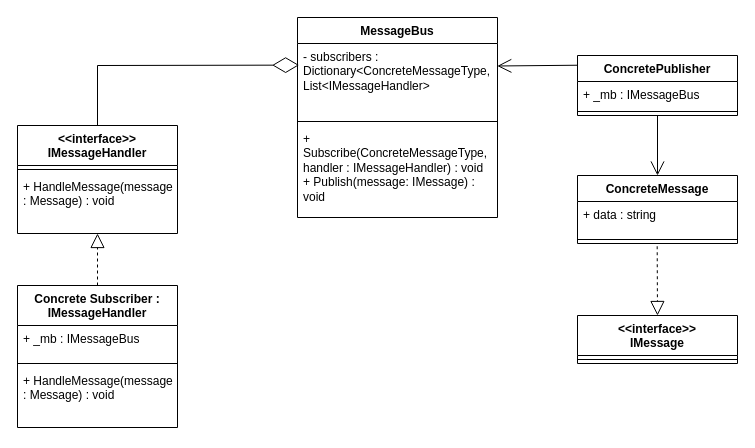
Earlier version of the draw.io diagram message_bus_generic.drawio (peterma-git/SW4SWD-DesignPatternsAssignment-Group16-message-bus-vs-project). Source tidied: cells renumbered, new cells numbered last; positions are measured from the earlier drawing's top-left corner, leaving out a move shared by most shapes. Both pictures are drawn from the tidied source at 100%, with x=0, y=0 at pixel (17, 17).
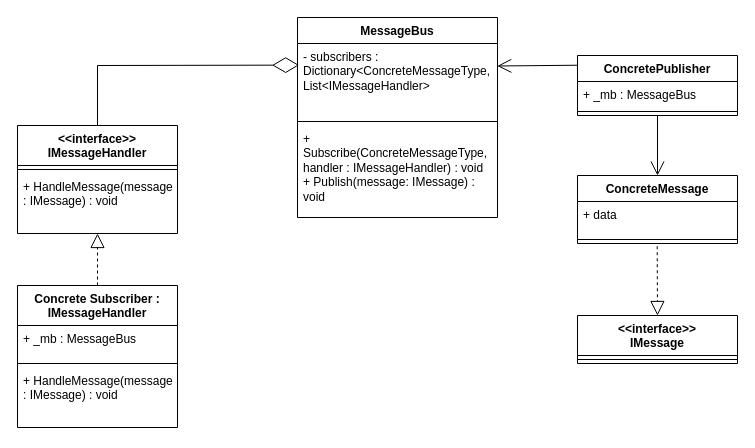
The same diagram, later.

Unchanged cells that the change refers to:
```xml
<mxCell id="6" value="&lt;div&gt;&amp;lt;&amp;lt;interface&amp;gt;&amp;gt;&lt;/div&gt;&lt;div&gt;IMessageHandler&lt;/div&gt;" style="swimlane;fontStyle=1;align=center;verticalAlign=top;horizontal=1;startSize=40;whiteSpace=wrap;html=1;" parent="1" vertex="1">
  <mxGeometry y="108" width="160" height="108" as="geometry" />
</mxCell>
<mxCell id="9" value="ConcreteMessage" style="swimlane;fontStyle=1;align=center;verticalAlign=top;horizontal=1;startSize=26;whiteSpace=wrap;html=1;" parent="1" vertex="1">
  <mxGeometry x="560" y="158" width="160" height="68" as="geometry" />
</mxCell>
<mxCell id="12" value="Concrete Subscriber : IMessageHandler" style="swimlane;fontStyle=1;align=center;verticalAlign=top;horizontal=1;startSize=40;whiteSpace=wrap;html=1;" parent="1" vertex="1">
  <mxGeometry y="268" width="160" height="142" as="geometry" />
</mxCell>
<mxCell id="17" value="ConcretePublisher" style="swimlane;fontStyle=1;align=center;verticalAlign=top;horizontal=1;startSize=26;whiteSpace=wrap;html=1;" parent="1" vertex="1">
  <mxGeometry x="560" y="38" width="160" height="60" as="geometry" />
</mxCell>
```

The edit, as a diff of the source:
```diff
@@
-    <mxCell id="8" value="+ HandleMessage(message : Message) : void" style="text;strokeColor=none;fillColor=none;align=left;verticalAlign=top;spacingLeft=4;spacingRight=4;overflow=hidden;whiteSpace=wrap;html=1;" parent="6" vertex="1">
+    <mxCell id="8" value="+ HandleMessage(message : IMessage) : void" style="text;strokeColor=none;fillColor=none;align=left;verticalAlign=top;spacingLeft=4;spacingRight=4;overflow=hidden;whiteSpace=wrap;html=1;" parent="6" vertex="1">
       <mxGeometry y="48" width="160" height="60" as="geometry" />
     </mxCell>
@@
-    <mxCell id="10" value="&lt;div&gt;&lt;span style=&quot;background-color: transparent; color: light-dark(#000000, var(--ge-light-color, #ffffff));&quot;&gt;+ data : string&lt;/span&gt;&lt;/div&gt;" style="text;strokeColor=none;fillColor=none;align=left;verticalAlign=top;spacingLeft=4;spacingRight=4;overflow=hidden;whiteSpace=wrap;html=1;" parent="9" vertex="1">
+    <mxCell id="10" value="&lt;div&gt;&lt;span style=&quot;background-color: transparent; color: light-dark(#000000, var(--ge-light-color, #ffffff));&quot;&gt;+ data&lt;/span&gt;&lt;/div&gt;" style="text;strokeColor=none;fillColor=none;align=left;verticalAlign=top;spacingLeft=4;spacingRight=4;overflow=hidden;whiteSpace=wrap;html=1;" parent="9" vertex="1">
       <mxGeometry y="26" width="160" height="34" as="geometry" />
     </mxCell>
@@
-    <mxCell id="13" value="+ _mb : IMessageBus" style="text;strokeColor=none;fillColor=none;align=left;verticalAlign=top;spacingLeft=4;spacingRight=4;overflow=hidden;whiteSpace=wrap;html=1;" parent="12" vertex="1">
+    <mxCell id="13" value="+ _mb : MessageBus" style="text;strokeColor=none;fillColor=none;align=left;verticalAlign=top;spacingLeft=4;spacingRight=4;overflow=hidden;whiteSpace=wrap;html=1;" parent="12" vertex="1">
       <mxGeometry y="40" width="160" height="34" as="geometry" />
     </mxCell>
@@
-    <mxCell id="15" value="+ HandleMessage(message : Message) : void" style="text;strokeColor=none;fillColor=none;align=left;verticalAlign=top;spacingLeft=4;spacingRight=4;overflow=hidden;whiteSpace=wrap;html=1;" parent="12" vertex="1">
+    <mxCell id="15" value="+ HandleMessage(message : IMessage) : void" style="text;strokeColor=none;fillColor=none;align=left;verticalAlign=top;spacingLeft=4;spacingRight=4;overflow=hidden;whiteSpace=wrap;html=1;" parent="12" vertex="1">
       <mxGeometry y="82" width="160" height="60" as="geometry" />
     </mxCell>
@@
-    <mxCell id="18" value="+ _mb : IMessageBus" style="text;strokeColor=none;fillColor=none;align=left;verticalAlign=top;spacingLeft=4;spacingRight=4;overflow=hidden;whiteSpace=wrap;html=1;" parent="17" vertex="1">
+    <mxCell id="18" value="+ _mb : MessageBus" style="text;strokeColor=none;fillColor=none;align=left;verticalAlign=top;spacingLeft=4;spacingRight=4;overflow=hidden;whiteSpace=wrap;html=1;" parent="17" vertex="1">
       <mxGeometry y="26" width="160" height="26" as="geometry" />
     </mxCell>
```
